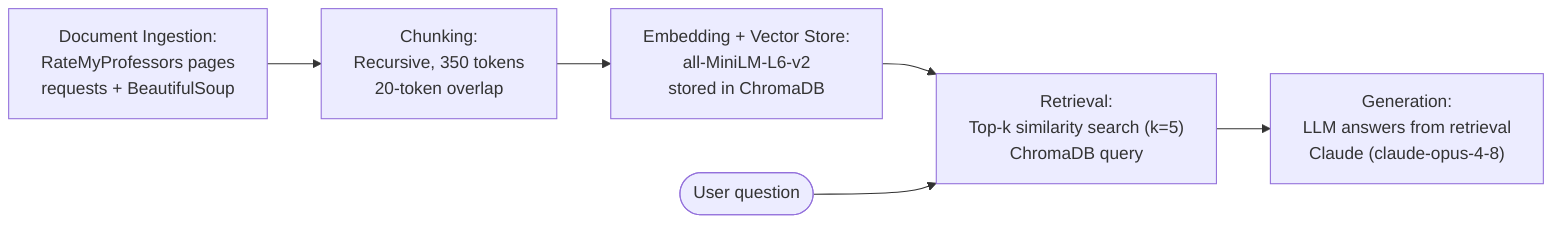
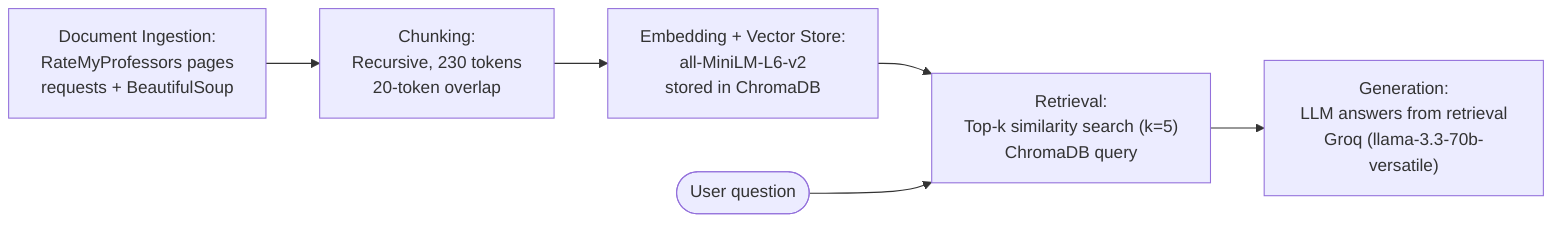
flowchart LR
    A["Document Ingestion:<br/>RateMyProfessors pages<br/>requests + BeautifulSoup"]
-     --> B["Chunking:<br/>Recursive, 350 tokens<br/>20-token overlap"]
+     --> B["Chunking:<br/>Recursive, 230 tokens<br/>20-token overlap"]
    --> C["Embedding + Vector Store:<br/>all-MiniLM-L6-v2<br/>stored in ChromaDB"]
    --> D["Retrieval:<br/>Top-k similarity search (k=5)<br/>ChromaDB query"]
-     --> E["Generation:<br/>LLM answers from retrieval<br/>Claude (claude-opus-4-8)"]
+     --> E["Generation:<br/>LLM answers from retrieval<br/>Groq (llama-3.3-70b-versatile)"]

    Q(["User question"]) --> D